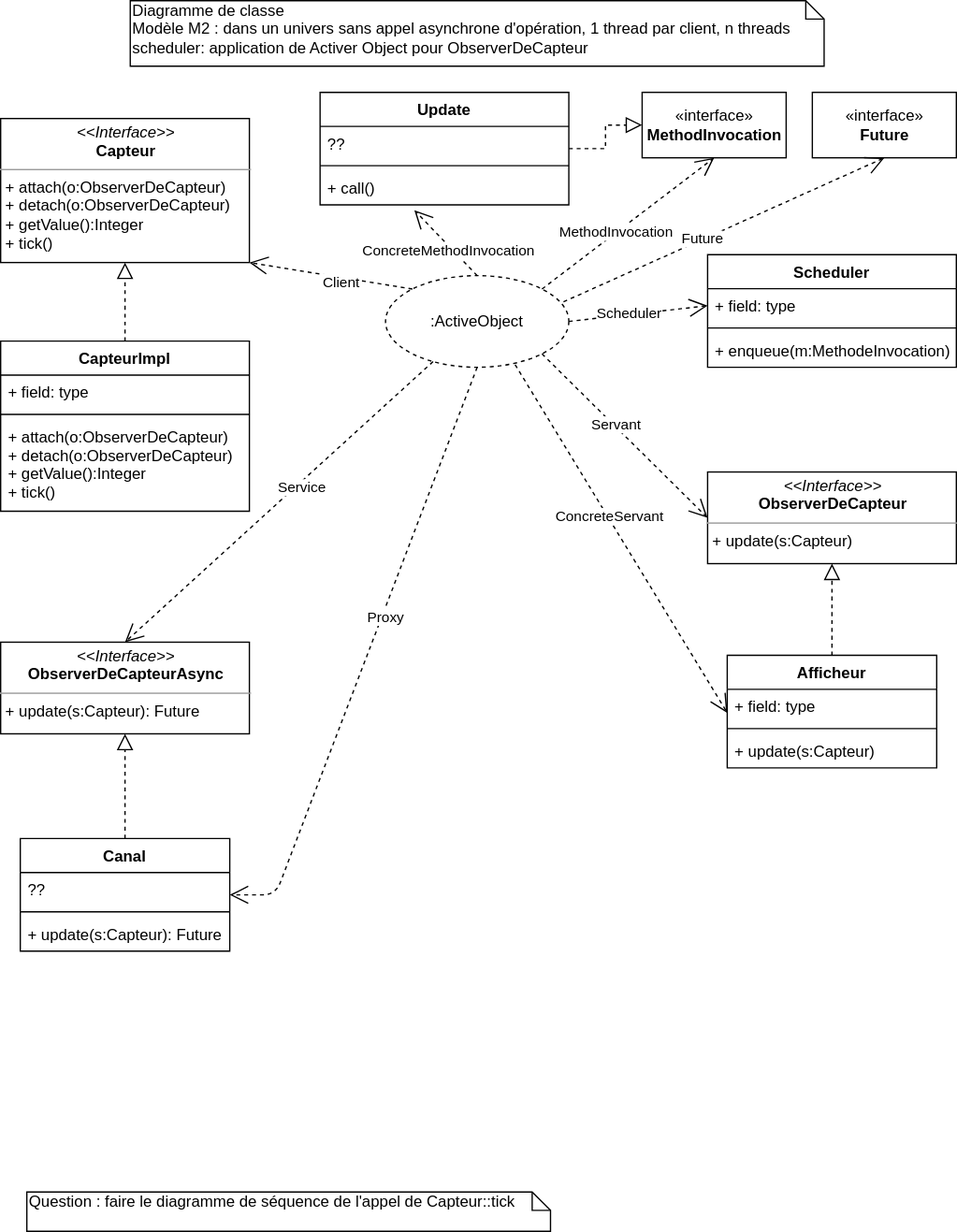
This is S1/AOC/TD/TD3/draw/M2_Diagram_Class_Update.svg from Yberion/M2-IL, a draw.io export, as it was before one commit. Source tidied: cells renumbered, new cells last; positions are measured from the earlier drawing's top-left corner, leaving out a move shared by most shapes. Its diagram source:
```xml
<mxGraphModel>
  <root>
    <mxCell id="0" />
    <mxCell id="1" parent="0" />
    <mxCell id="2" value="Diagramme de classe&lt;br&gt;Modèle M2 : dans un univers sans appel asynchrone d'opération, 1 thread par client, n threads scheduler: application de Activer Object pour ObserverDeCapteur" style="shape=note;whiteSpace=wrap;html=1;size=14;verticalAlign=top;align=left;spacingTop=-6;" parent="1" vertex="1">
      <mxGeometry x="99" width="530" height="50" as="geometry" />
    </mxCell>
    <mxCell id="3" value=":ActiveObject" style="ellipse;whiteSpace=wrap;html=1;dashed=1;" parent="1" vertex="1">
      <mxGeometry x="294" y="210" width="140" height="70" as="geometry" />
    </mxCell>
    <mxCell id="4" value="&lt;p style=&quot;margin: 0px ; margin-top: 4px ; text-align: center&quot;&gt;&lt;i&gt;&amp;lt;&amp;lt;Interface&amp;gt;&amp;gt;&lt;/i&gt;&lt;br&gt;&lt;b&gt;Capteur&lt;/b&gt;&lt;/p&gt;&lt;hr size=&quot;1&quot;&gt;&lt;p style=&quot;margin: 0px ; margin-left: 4px&quot;&gt;+ attach(o:ObserverDeCapteur)&lt;/p&gt;&lt;p style=&quot;margin: 0px ; margin-left: 4px&quot;&gt;+ detach(o:ObserverDeCapteur)&lt;/p&gt;&lt;p style=&quot;margin: 0px ; margin-left: 4px&quot;&gt;+ getValue():Integer&lt;/p&gt;&lt;p style=&quot;margin: 0px ; margin-left: 4px&quot;&gt;+ tick()&lt;/p&gt;" style="verticalAlign=top;align=left;overflow=fill;fontSize=12;fontFamily=Helvetica;html=1;" parent="1" vertex="1">
      <mxGeometry y="90" width="190" height="110" as="geometry" />
    </mxCell>
    <mxCell id="5" value="&lt;p style=&quot;margin: 0px ; margin-top: 4px ; text-align: center&quot;&gt;&lt;i&gt;&amp;lt;&amp;lt;Interface&amp;gt;&amp;gt;&lt;/i&gt;&lt;br&gt;&lt;b&gt;ObserverDeCapteur&lt;/b&gt;&lt;/p&gt;&lt;hr size=&quot;1&quot;&gt;&lt;p style=&quot;margin: 0px ; margin-left: 4px&quot;&gt;+ update(s:Capteur)&lt;/p&gt;" style="verticalAlign=top;align=left;overflow=fill;fontSize=12;fontFamily=Helvetica;html=1;" parent="1" vertex="1">
      <mxGeometry x="540" y="360" width="190" height="70" as="geometry" />
    </mxCell>
    <mxCell id="6" style="endArrow=open;endFill=1;endSize=12;html=1;dashed=1;exitX=1;exitY=1;exitDx=0;exitDy=0;entryX=0;entryY=0.5;entryDx=0;entryDy=0;" parent="1" edge="1" source="3" target="5">
      <mxGeometry relative="1" as="geometry" />
    </mxCell>
    <mxCell id="7" value="Servant" style="edgeLabel;html=1;align=center;verticalAlign=middle;" parent="6" vertex="1">
      <mxGeometry x="-0.13" y="2" relative="1" as="geometry">
        <mxPoint y="1" as="offset" />
      </mxGeometry>
    </mxCell>
    <mxCell id="8" style="endArrow=open;endFill=1;endSize=12;html=1;dashed=1;exitX=0;exitY=0;exitDx=0;exitDy=0;entryX=1;entryY=1;entryDx=0;entryDy=0;" parent="1" edge="1" source="3" target="4">
      <mxGeometry relative="1" as="geometry" />
    </mxCell>
    <mxCell id="9" value="Client" style="edgeLabel;html=1;align=center;verticalAlign=middle;" parent="8" vertex="1">
      <mxGeometry x="-0.13" y="2" relative="1" as="geometry">
        <mxPoint y="1" as="offset" />
      </mxGeometry>
    </mxCell>
    <mxCell id="10" style="edgeStyle=orthogonalEdgeStyle;curved=1;jettySize=auto;html=1;exitX=0.5;exitY=0;exitDx=0;exitDy=0;entryX=0.5;entryY=1;entryDx=0;entryDy=0;dashed=1;endArrow=block;endFill=0;endSize=10;" parent="1" edge="1" source="23" target="5">
      <mxGeometry relative="1" as="geometry" />
    </mxCell>
    <mxCell id="11" style="edgeStyle=orthogonalEdgeStyle;curved=1;jettySize=auto;html=1;exitX=0.5;exitY=0;exitDx=0;exitDy=0;entryX=0.5;entryY=1;entryDx=0;entryDy=0;dashed=1;endArrow=block;endFill=0;endSize=10;" parent="1" edge="1" source="12" target="4">
      <mxGeometry relative="1" as="geometry" />
    </mxCell>
    <mxCell id="12" value="CapteurImpl" style="swimlane;fontStyle=1;align=center;verticalAlign=top;horizontal=1;startSize=26;" parent="1" vertex="1">
      <mxGeometry y="260" width="190" height="130" as="geometry" />
    </mxCell>
    <mxCell id="13" value="+ field: type" style="text;strokeColor=none;fillColor=none;align=left;verticalAlign=top;spacingLeft=4;spacingRight=4;overflow=hidden;" parent="12" vertex="1">
      <mxGeometry y="26" width="190" height="26" as="geometry" />
    </mxCell>
    <mxCell id="14" style="line;strokeWidth=1;fillColor=none;align=left;verticalAlign=middle;spacingTop=-1;spacingLeft=3;spacingRight=3;labelPosition=right;" parent="12" vertex="1">
      <mxGeometry y="52" width="190" height="8" as="geometry" />
    </mxCell>
    <mxCell id="15" value="+ attach(o:ObserverDeCapteur)&#10;+ detach(o:ObserverDeCapteur)&#10;+ getValue():Integer&#10;+ tick()" style="text;strokeColor=none;fillColor=none;align=left;verticalAlign=top;spacingLeft=4;spacingRight=4;overflow=hidden;" parent="12" vertex="1">
      <mxGeometry y="60" width="190" height="70" as="geometry" />
    </mxCell>
    <mxCell id="16" style="endArrow=open;endFill=1;endSize=12;html=1;dashed=1;exitX=0.707;exitY=0.971;exitDx=0;exitDy=0;entryX=0.001;entryY=0.698;entryDx=0;entryDy=0;entryPerimeter=0;exitPerimeter=0;" parent="1" edge="1" source="3" target="24">
      <mxGeometry relative="1" as="geometry" />
    </mxCell>
    <mxCell id="17" value="ConcreteServant" style="edgeLabel;html=1;align=center;verticalAlign=middle;" parent="16" vertex="1">
      <mxGeometry x="-0.13" y="2" relative="1" as="geometry">
        <mxPoint y="1" as="offset" />
      </mxGeometry>
    </mxCell>
    <mxCell id="18" value="Update" style="swimlane;fontStyle=1;align=center;verticalAlign=top;horizontal=1;startSize=26;" parent="1" vertex="1">
      <mxGeometry x="244" y="70" width="190" height="86" as="geometry" />
    </mxCell>
    <mxCell id="19" value="??" style="text;strokeColor=none;fillColor=none;align=left;verticalAlign=top;spacingLeft=4;spacingRight=4;overflow=hidden;" parent="18" vertex="1">
      <mxGeometry y="26" width="190" height="26" as="geometry" />
    </mxCell>
    <mxCell id="20" style="line;strokeWidth=1;fillColor=none;align=left;verticalAlign=middle;spacingTop=-1;spacingLeft=3;spacingRight=3;labelPosition=right;" parent="18" vertex="1">
      <mxGeometry y="52" width="190" height="8" as="geometry" />
    </mxCell>
    <mxCell id="21" value="+ call()" style="text;strokeColor=none;fillColor=none;align=left;verticalAlign=top;spacingLeft=4;spacingRight=4;overflow=hidden;points=[[0,0.5],[1,0.5]];portConstraint=eastwest;" parent="18" vertex="1">
      <mxGeometry y="60" width="190" height="26" as="geometry" />
    </mxCell>
    <mxCell id="22" value="Question : faire le diagramme de séquence de l'appel de Capteur::tick" style="shape=note;whiteSpace=wrap;html=1;size=14;verticalAlign=top;align=left;spacingTop=-6;" parent="1" vertex="1">
      <mxGeometry x="20" y="910" width="400" height="30" as="geometry" />
    </mxCell>
    <mxCell id="23" value="Afficheur" style="swimlane;fontStyle=1;align=center;verticalAlign=top;horizontal=1;startSize=26;" parent="1" vertex="1">
      <mxGeometry x="555" y="500" width="160" height="86" as="geometry" />
    </mxCell>
    <mxCell id="24" value="+ field: type" style="text;strokeColor=none;fillColor=none;align=left;verticalAlign=top;spacingLeft=4;spacingRight=4;overflow=hidden;points=[[0,0.5],[1,0.5]];portConstraint=eastwest;" parent="23" vertex="1">
      <mxGeometry y="26" width="160" height="26" as="geometry" />
    </mxCell>
    <mxCell id="25" style="line;strokeWidth=1;fillColor=none;align=left;verticalAlign=middle;spacingTop=-1;spacingLeft=3;spacingRight=3;labelPosition=right;" parent="23" vertex="1">
      <mxGeometry y="52" width="160" height="8" as="geometry" />
    </mxCell>
    <mxCell id="26" value="+ update(s:Capteur)" style="text;strokeColor=none;fillColor=none;align=left;verticalAlign=top;spacingLeft=4;spacingRight=4;overflow=hidden;" parent="23" vertex="1">
      <mxGeometry y="60" width="160" height="26" as="geometry" />
    </mxCell>
    <mxCell id="27" value="&lt;p style=&quot;margin: 0px ; margin-top: 4px ; text-align: center&quot;&gt;&lt;i&gt;&amp;lt;&amp;lt;Interface&amp;gt;&amp;gt;&lt;/i&gt;&lt;br&gt;&lt;b&gt;ObserverDeCapteurAsync&lt;/b&gt;&lt;/p&gt;&lt;hr size=&quot;1&quot;&gt;&lt;p style=&quot;margin: 0px ; margin-left: 4px&quot;&gt;+ update(s:Capteur): Future&lt;/p&gt;" style="verticalAlign=top;align=left;overflow=fill;fontSize=12;fontFamily=Helvetica;html=1;" parent="1" vertex="1">
      <mxGeometry y="490" width="190" height="70" as="geometry" />
    </mxCell>
    <mxCell id="28" style="endArrow=open;endFill=1;endSize=12;html=1;dashed=1;entryX=0.5;entryY=0;entryDx=0;entryDy=0;" parent="1" edge="1" source="3" target="27">
      <mxGeometry relative="1" as="geometry" />
    </mxCell>
    <mxCell id="29" value="Service" style="edgeLabel;html=1;align=center;verticalAlign=middle;" parent="28" vertex="1">
      <mxGeometry x="-0.13" y="2" relative="1" as="geometry">
        <mxPoint y="1" as="offset" />
      </mxGeometry>
    </mxCell>
    <mxCell id="30" style="endArrow=open;endFill=1;endSize=12;html=1;dashed=1;exitX=0.5;exitY=1;exitDx=0;exitDy=0;" parent="1" edge="1" source="3" target="33">
      <mxGeometry relative="1" as="geometry">
        <Array as="points">
          <mxPoint x="210" y="683" />
        </Array>
      </mxGeometry>
    </mxCell>
    <mxCell id="31" value="Proxy" style="edgeLabel;html=1;align=center;verticalAlign=middle;" parent="30" vertex="1">
      <mxGeometry x="-0.13" y="2" relative="1" as="geometry">
        <mxPoint y="1" as="offset" />
      </mxGeometry>
    </mxCell>
    <mxCell id="32" style="edgeStyle=orthogonalEdgeStyle;rounded=0;jettySize=auto;html=1;exitX=0.5;exitY=0;exitDx=0;exitDy=0;entryX=0.5;entryY=1;entryDx=0;entryDy=0;dashed=1;endArrow=block;endFill=0;endSize=10;" parent="1" edge="1" source="33" target="27">
      <mxGeometry relative="1" as="geometry" />
    </mxCell>
    <mxCell id="33" value="Canal" style="swimlane;fontStyle=1;align=center;verticalAlign=top;horizontal=1;startSize=26;" parent="1" vertex="1">
      <mxGeometry x="15" y="640" width="160" height="86" as="geometry" />
    </mxCell>
    <mxCell id="34" value="??" style="text;strokeColor=none;fillColor=none;align=left;verticalAlign=top;spacingLeft=4;spacingRight=4;overflow=hidden;" parent="33" vertex="1">
      <mxGeometry y="26" width="160" height="26" as="geometry" />
    </mxCell>
    <mxCell id="35" style="line;strokeWidth=1;fillColor=none;align=left;verticalAlign=middle;spacingTop=-1;spacingLeft=3;spacingRight=3;labelPosition=right;" parent="33" vertex="1">
      <mxGeometry y="52" width="160" height="8" as="geometry" />
    </mxCell>
    <mxCell id="36" value="+ update(s:Capteur): Future" style="text;strokeColor=none;fillColor=none;align=left;verticalAlign=top;spacingLeft=4;spacingRight=4;overflow=hidden;" parent="33" vertex="1">
      <mxGeometry y="60" width="160" height="26" as="geometry" />
    </mxCell>
    <mxCell id="37" style="endArrow=open;endFill=1;endSize=12;html=1;dashed=1;exitX=1;exitY=0.5;exitDx=0;exitDy=0;entryX=0;entryY=0.5;entryDx=0;entryDy=0;" parent="1" edge="1" source="3" target="40">
      <mxGeometry relative="1" as="geometry" />
    </mxCell>
    <mxCell id="38" value="Scheduler" style="edgeLabel;html=1;align=center;verticalAlign=middle;" parent="37" vertex="1">
      <mxGeometry x="-0.13" y="2" relative="1" as="geometry">
        <mxPoint y="1" as="offset" />
      </mxGeometry>
    </mxCell>
    <mxCell id="39" value="Scheduler" style="swimlane;fontStyle=1;align=center;verticalAlign=top;horizontal=1;startSize=26;" parent="1" vertex="1">
      <mxGeometry x="540" y="194" width="190" height="86" as="geometry" />
    </mxCell>
    <mxCell id="40" value="+ field: type" style="text;strokeColor=none;fillColor=none;align=left;verticalAlign=top;spacingLeft=4;spacingRight=4;overflow=hidden;points=[[0,0.5],[1,0.5]];portConstraint=eastwest;" parent="39" vertex="1">
      <mxGeometry y="26" width="190" height="26" as="geometry" />
    </mxCell>
    <mxCell id="41" style="line;strokeWidth=1;fillColor=none;align=left;verticalAlign=middle;spacingTop=-1;spacingLeft=3;spacingRight=3;labelPosition=right;" parent="39" vertex="1">
      <mxGeometry y="52" width="190" height="8" as="geometry" />
    </mxCell>
    <mxCell id="42" value="+ enqueue(m:MethodeInvocation)" style="text;strokeColor=none;fillColor=none;align=left;verticalAlign=top;spacingLeft=4;spacingRight=4;overflow=hidden;" parent="39" vertex="1">
      <mxGeometry y="60" width="190" height="26" as="geometry" />
    </mxCell>
    <mxCell id="43" value="«interface»&lt;br&gt;&lt;b&gt;Future&lt;/b&gt;" style="html=1;" parent="1" vertex="1">
      <mxGeometry x="620" y="70" width="110" height="50" as="geometry" />
    </mxCell>
    <mxCell id="44" value="«interface»&lt;br&gt;&lt;b&gt;MethodInvocation&lt;/b&gt;" style="html=1;" parent="1" vertex="1">
      <mxGeometry x="490" y="70" width="110" height="50" as="geometry" />
    </mxCell>
    <mxCell id="45" style="endArrow=open;endFill=1;endSize=12;html=1;dashed=1;exitX=0.971;exitY=0.286;exitDx=0;exitDy=0;entryX=0.5;entryY=1;entryDx=0;entryDy=0;exitPerimeter=0;" parent="1" edge="1" source="3" target="43">
      <mxGeometry relative="1" as="geometry" />
    </mxCell>
    <mxCell id="46" value="Future" style="edgeLabel;html=1;align=center;verticalAlign=middle;" parent="45" vertex="1">
      <mxGeometry x="-0.13" y="2" relative="1" as="geometry">
        <mxPoint y="1" as="offset" />
      </mxGeometry>
    </mxCell>
    <mxCell id="47" style="endArrow=open;endFill=1;endSize=12;html=1;dashed=1;exitX=1;exitY=0;exitDx=0;exitDy=0;entryX=0.5;entryY=1;entryDx=0;entryDy=0;" parent="1" edge="1" source="3" target="44">
      <mxGeometry relative="1" as="geometry" />
    </mxCell>
    <mxCell id="48" value="MethodInvocation" style="edgeLabel;html=1;align=center;verticalAlign=middle;" parent="47" vertex="1">
      <mxGeometry x="-0.13" y="2" relative="1" as="geometry">
        <mxPoint y="1" as="offset" />
      </mxGeometry>
    </mxCell>
    <mxCell id="49" style="edgeStyle=orthogonalEdgeStyle;rounded=0;jettySize=auto;html=1;entryX=0;entryY=0.5;entryDx=0;entryDy=0;dashed=1;endArrow=block;endFill=0;endSize=10;" parent="1" edge="1" source="18" target="44">
      <mxGeometry relative="1" as="geometry" />
    </mxCell>
    <mxCell id="50" style="endArrow=open;endFill=1;endSize=12;html=1;dashed=1;exitX=0.5;exitY=0;exitDx=0;exitDy=0;entryX=0.379;entryY=1.154;entryDx=0;entryDy=0;entryPerimeter=0;" parent="1" edge="1" source="3" target="21">
      <mxGeometry relative="1" as="geometry" />
    </mxCell>
    <mxCell id="51" value="ConcreteMethodInvocation" style="edgeLabel;html=1;align=center;verticalAlign=middle;" parent="50" vertex="1">
      <mxGeometry x="-0.13" y="2" relative="1" as="geometry">
        <mxPoint y="1" as="offset" />
      </mxGeometry>
    </mxCell>
  </root>
</mxGraphModel>
```
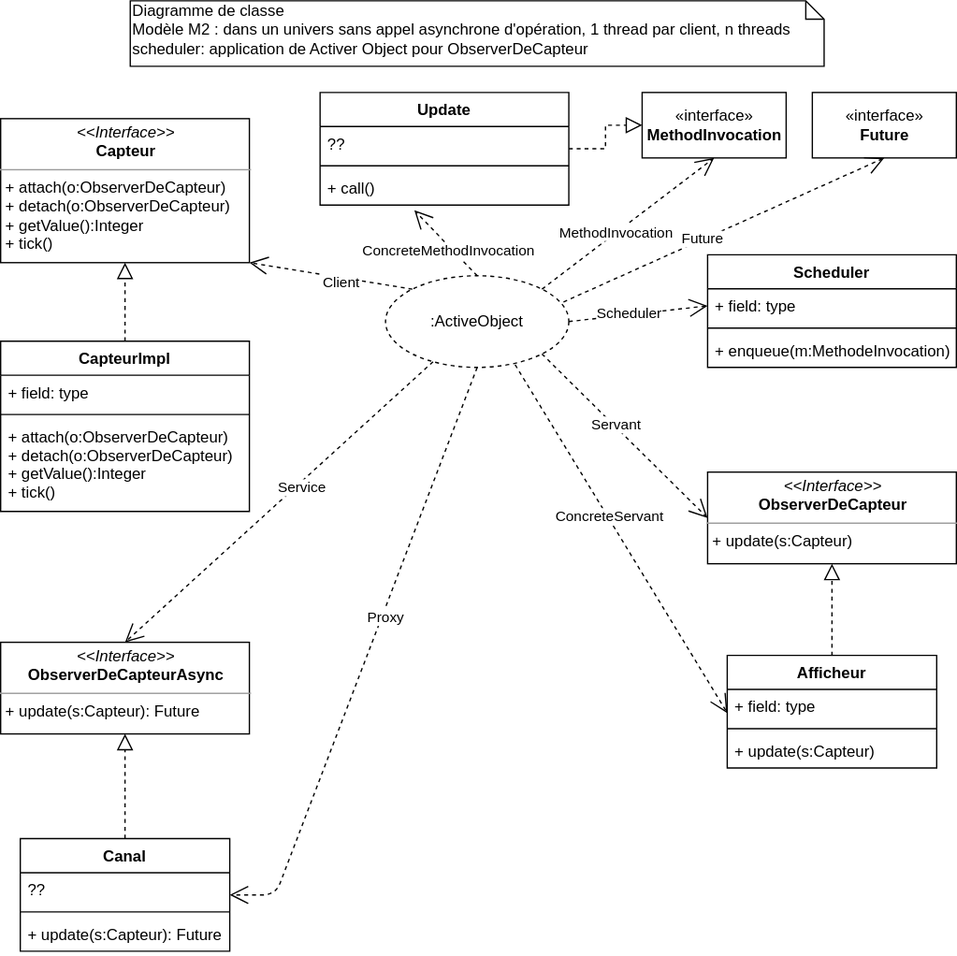
After the change.

Commit message:
[S1 - AOC] TD3 - Mise à jour du diagramme de classe Update

What changed in the source:
```diff
@@ -68,9 +68,6 @@
     <mxCell id="21" value="+ call()" style="text;strokeColor=none;fillColor=none;align=left;verticalAlign=top;spacingLeft=4;spacingRight=4;overflow=hidden;points=[[0,0.5],[1,0.5]];portConstraint=eastwest;" parent="18" vertex="1">
       <mxGeometry y="60" width="190" height="26" as="geometry" />
     </mxCell>
-    <mxCell id="22" value="Question : faire le diagramme de séquence de l'appel de Capteur::tick" style="shape=note;whiteSpace=wrap;html=1;size=14;verticalAlign=top;align=left;spacingTop=-6;" parent="1" vertex="1">
-      <mxGeometry x="20" y="910" width="400" height="30" as="geometry" />
-    </mxCell>
     <mxCell id="23" value="Afficheur" style="swimlane;fontStyle=1;align=center;verticalAlign=top;horizontal=1;startSize=26;" parent="1" vertex="1">
       <mxGeometry x="555" y="500" width="160" height="86" as="geometry" />
     </mxCell>
```
